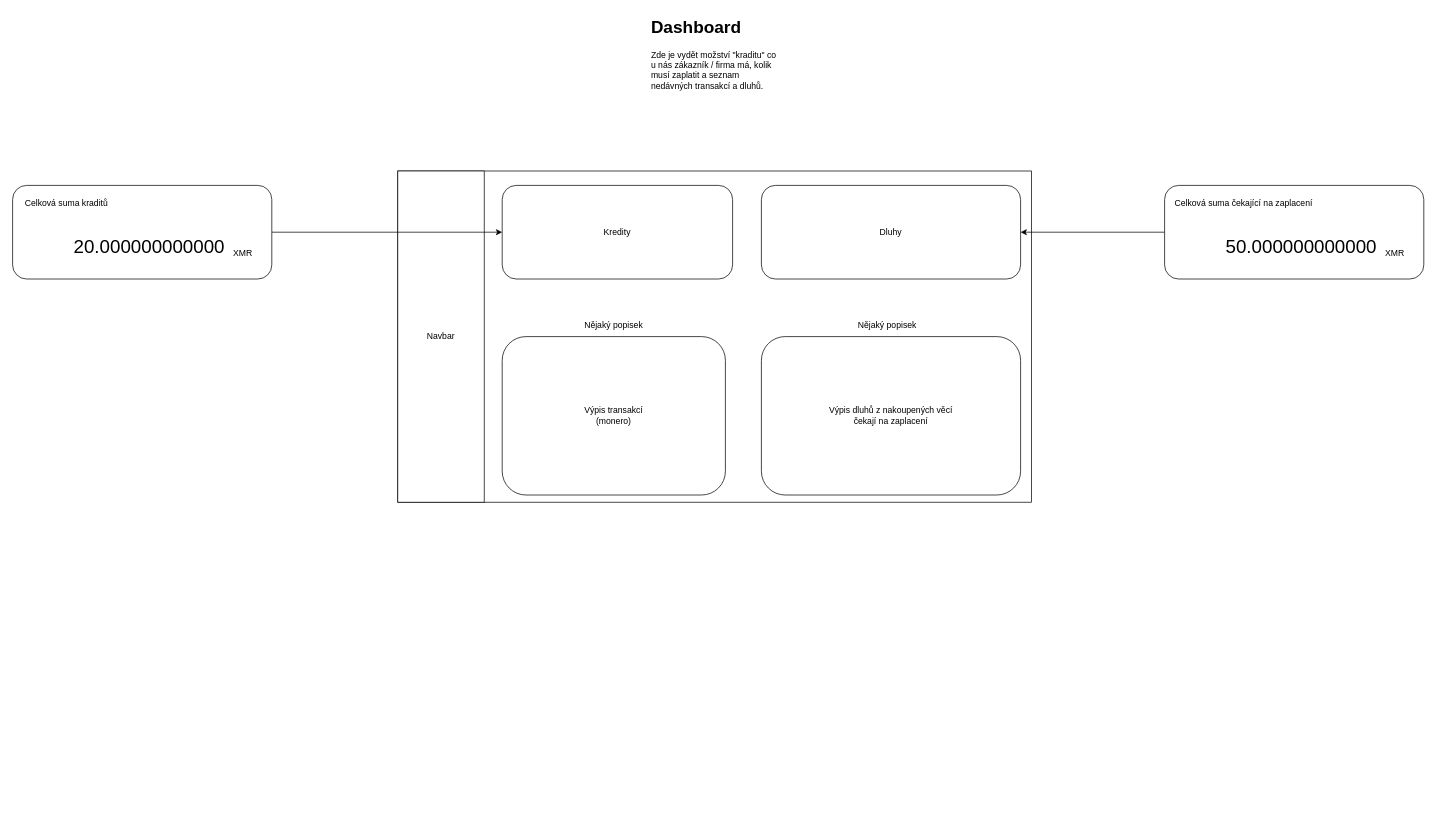
This is UI.drawio from WeeeBuch/CtrlPay, a draw.io file, before an edit. Source tidied: cells renumbered, new cells numbered last; positions are measured from the earlier drawing's top-left corner, leaving out a move shared by most shapes. Both pictures are drawn from the tidied source at 72%, with x=0, y=0 at pixel (12, 12).
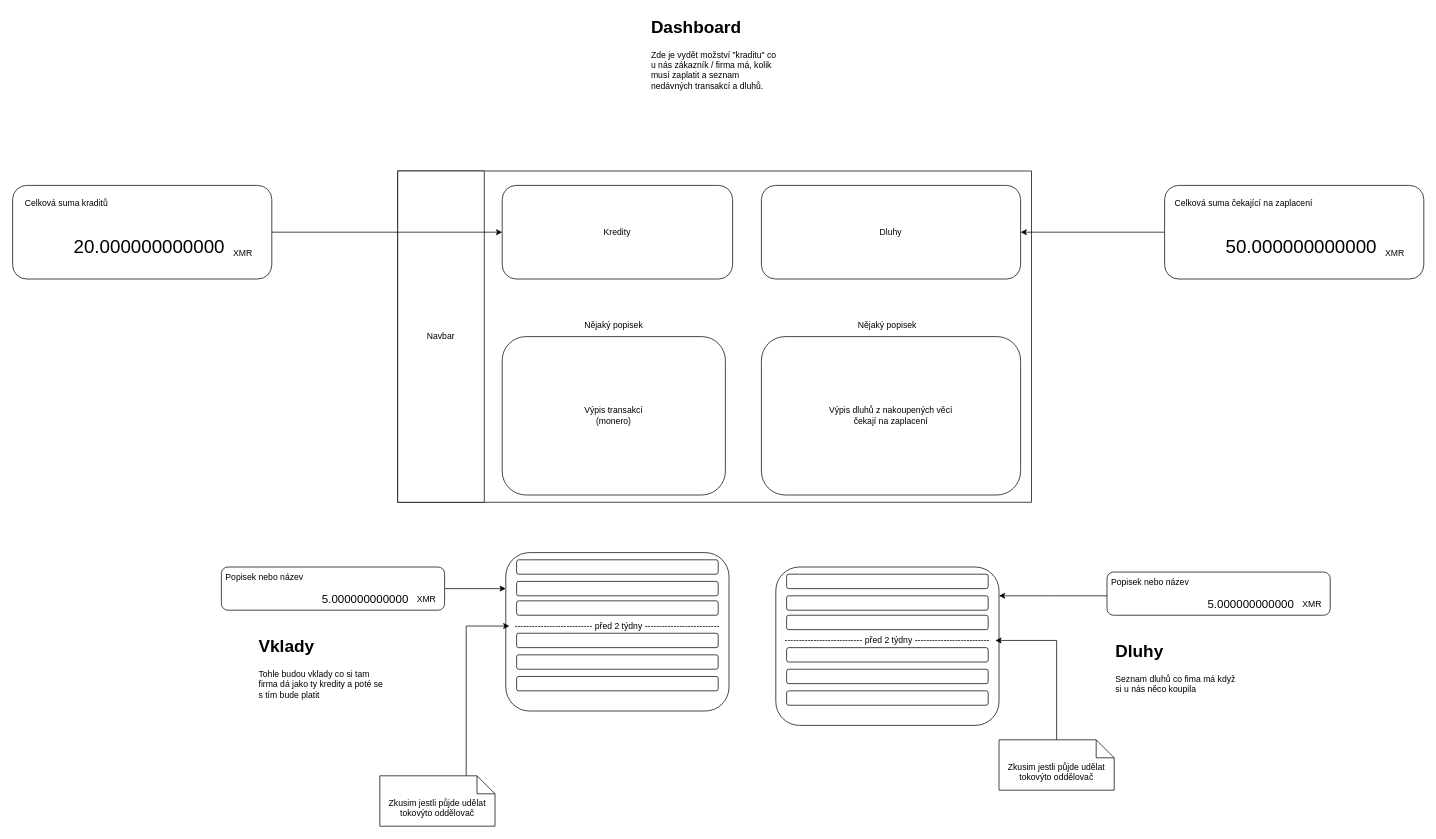
Above is the later version.

Commit message (it also covers changes not shown here):
Snad finální dashboard

Potřeba zkontrolovat zdali je to v pohodě

What changed in the source:
```diff
@@
+    <mxCell id="21" style="rounded=1;whiteSpace=wrap;html=1;" parent="1" vertex="1">
+      <mxGeometry x="685" y="750" width="310" height="220" as="geometry" />
+    </mxCell>
+    <mxCell id="22" style="edgeStyle=orthogonalEdgeStyle;rounded=0;jettySize=auto;html=1;" parent="1" edge="1" source="23" target="21">
+      <mxGeometry relative="1" as="geometry">
+        <Array as="points">
+          <mxPoint x="670" y="800" />
+          <mxPoint x="670" y="800" />
+        </Array>
+      </mxGeometry>
+    </mxCell>
+    <mxCell id="23" style="rounded=1;whiteSpace=wrap;html=1;" parent="1" vertex="1">
+      <mxGeometry x="290" y="770" width="310" height="60" as="geometry" />
+    </mxCell>
+    <mxCell id="24" value="Popisek nebo název" style="text;html=1;whiteSpace=wrap;strokeColor=none;fillColor=none;align=center;verticalAlign=middle;rounded=0;" parent="1" vertex="1">
+      <mxGeometry x="290" y="770" width="120" height="30" as="geometry" />
+    </mxCell>
+    <mxCell id="25" value="&lt;font style=&quot;font-size: 16px;&quot;&gt;5.000000000000&lt;/font&gt;" style="text;html=1;whiteSpace=wrap;strokeColor=none;fillColor=none;align=center;verticalAlign=middle;rounded=0;" parent="1" vertex="1">
+      <mxGeometry x="440" y="800" width="100" height="30" as="geometry" />
+    </mxCell>
+    <mxCell id="26" value="XMR" style="text;html=1;whiteSpace=wrap;strokeColor=none;fillColor=none;align=center;verticalAlign=middle;rounded=0;" parent="1" vertex="1">
+      <mxGeometry x="550" y="800" width="50" height="30" as="geometry" />
+    </mxCell>
+    <mxCell id="27" value="&lt;h1 style=&quot;margin-top: 0px;&quot;&gt;Vklady&lt;/h1&gt;&lt;div&gt;Tohle budou vklady co si tam firma dá jako ty kredity a poté se s tím bude platit&lt;/div&gt;" style="text;html=1;whiteSpace=wrap;overflow=hidden;rounded=0;" parent="1" vertex="1">
+      <mxGeometry x="340" y="860" width="180" height="120" as="geometry" />
+    </mxCell>
+    <mxCell id="28" style="rounded=1;whiteSpace=wrap;html=1;" parent="1" vertex="1">
+      <mxGeometry x="700" y="760" width="280" height="20" as="geometry" />
+    </mxCell>
+    <mxCell id="29" style="rounded=1;whiteSpace=wrap;html=1;" parent="1" vertex="1">
+      <mxGeometry x="700" y="790" width="280" height="20" as="geometry" />
+    </mxCell>
+    <mxCell id="30" style="rounded=1;whiteSpace=wrap;html=1;" parent="1" vertex="1">
+      <mxGeometry x="700" y="817" width="280" height="20" as="geometry" />
+    </mxCell>
+    <mxCell id="31" style="rounded=1;whiteSpace=wrap;html=1;" parent="1" vertex="1">
+      <mxGeometry x="700" y="862" width="280" height="20" as="geometry" />
+    </mxCell>
+    <mxCell id="32" style="rounded=1;whiteSpace=wrap;html=1;" parent="1" vertex="1">
+      <mxGeometry x="700" y="892" width="280" height="20" as="geometry" />
+    </mxCell>
+    <mxCell id="33" style="rounded=1;whiteSpace=wrap;html=1;" parent="1" vertex="1">
+      <mxGeometry x="700" y="922" width="280" height="20" as="geometry" />
+    </mxCell>
+    <mxCell id="34" value="--------------------------- před 2 týdny --------------------------" style="text;html=1;whiteSpace=wrap;strokeColor=none;fillColor=none;align=center;verticalAlign=middle;rounded=0;" parent="1" vertex="1">
+      <mxGeometry x="690" y="837" width="300" height="30" as="geometry" />
+    </mxCell>
+    <mxCell id="35" style="edgeStyle=orthogonalEdgeStyle;rounded=0;jettySize=auto;html=1;" parent="1" edge="1" source="36" target="34">
+      <mxGeometry relative="1" as="geometry">
+        <Array as="points">
+          <mxPoint x="630" y="852" />
+        </Array>
+      </mxGeometry>
+    </mxCell>
+    <mxCell id="36" value="Zkusim jestli půjde udělat tokovýto oddělovač" style="shape=note2;boundedLbl=1;whiteSpace=wrap;html=1;size=25;verticalAlign=top;align=center;" parent="1" vertex="1">
+      <mxGeometry x="510" y="1060" width="160" height="70" as="geometry" />
+    </mxCell>
+    <mxCell id="37" style="rounded=1;whiteSpace=wrap;html=1;" parent="1" vertex="1">
+      <mxGeometry x="1060" y="770" width="310" height="220" as="geometry" />
+    </mxCell>
+    <mxCell id="38" style="edgeStyle=orthogonalEdgeStyle;rounded=0;jettySize=auto;html=1;" parent="1" edge="1" source="39" target="37">
+      <mxGeometry relative="1" as="geometry">
+        <Array as="points">
+          <mxPoint x="1440" y="810" />
+          <mxPoint x="1440" y="810" />
+        </Array>
+      </mxGeometry>
+    </mxCell>
+    <mxCell id="39" style="rounded=1;whiteSpace=wrap;html=1;" parent="1" vertex="1">
+      <mxGeometry x="1520" y="777" width="310" height="60" as="geometry" />
+    </mxCell>
+    <mxCell id="40" value="Popisek nebo název" style="text;html=1;whiteSpace=wrap;strokeColor=none;fillColor=none;align=center;verticalAlign=middle;rounded=0;" parent="1" vertex="1">
+      <mxGeometry x="1520" y="777" width="120" height="30" as="geometry" />
+    </mxCell>
+    <mxCell id="41" value="&lt;font style=&quot;font-size: 16px;&quot;&gt;5.000000000000&lt;/font&gt;" style="text;html=1;whiteSpace=wrap;strokeColor=none;fillColor=none;align=center;verticalAlign=middle;rounded=0;" parent="1" vertex="1">
+      <mxGeometry x="1670" y="807" width="100" height="30" as="geometry" />
+    </mxCell>
+    <mxCell id="42" value="XMR" style="text;html=1;whiteSpace=wrap;strokeColor=none;fillColor=none;align=center;verticalAlign=middle;rounded=0;" parent="1" vertex="1">
+      <mxGeometry x="1780" y="807" width="50" height="30" as="geometry" />
+    </mxCell>
+    <mxCell id="43" value="&lt;h1 style=&quot;margin-top: 0px;&quot;&gt;Dluhy&lt;/h1&gt;&lt;div&gt;Seznam dluhů co fima má když si u nás něco koupila&lt;/div&gt;" style="text;html=1;whiteSpace=wrap;overflow=hidden;rounded=0;" parent="1" vertex="1">
+      <mxGeometry x="1530" y="867" width="180" height="120" as="geometry" />
+    </mxCell>
+    <mxCell id="44" style="rounded=1;whiteSpace=wrap;html=1;" parent="1" vertex="1">
+      <mxGeometry x="1075" y="780" width="280" height="20" as="geometry" />
+    </mxCell>
+    <mxCell id="45" style="rounded=1;whiteSpace=wrap;html=1;" parent="1" vertex="1">
+      <mxGeometry x="1075" y="810" width="280" height="20" as="geometry" />
+    </mxCell>
+    <mxCell id="46" style="rounded=1;whiteSpace=wrap;html=1;" parent="1" vertex="1">
+      <mxGeometry x="1075" y="837" width="280" height="20" as="geometry" />
+    </mxCell>
+    <mxCell id="47" style="rounded=1;whiteSpace=wrap;html=1;" parent="1" vertex="1">
+      <mxGeometry x="1075" y="882" width="280" height="20" as="geometry" />
+    </mxCell>
+    <mxCell id="48" style="rounded=1;whiteSpace=wrap;html=1;" parent="1" vertex="1">
+      <mxGeometry x="1075" y="912" width="280" height="20" as="geometry" />
+    </mxCell>
+    <mxCell id="49" style="rounded=1;whiteSpace=wrap;html=1;" parent="1" vertex="1">
+      <mxGeometry x="1075" y="942" width="280" height="20" as="geometry" />
+    </mxCell>
+    <mxCell id="50" value="--------------------------- před 2 týdny --------------------------" style="text;html=1;whiteSpace=wrap;strokeColor=none;fillColor=none;align=center;verticalAlign=middle;rounded=0;" parent="1" vertex="1">
+      <mxGeometry x="1065" y="857" width="300" height="30" as="geometry" />
+    </mxCell>
+    <mxCell id="51" style="edgeStyle=orthogonalEdgeStyle;rounded=0;jettySize=auto;html=1;" parent="1" edge="1" source="52" target="50">
+      <mxGeometry relative="1" as="geometry">
+        <Array as="points">
+          <mxPoint x="1450" y="872" />
+        </Array>
+      </mxGeometry>
+    </mxCell>
+    <mxCell id="52" value="Zkusim jestli půjde udělat tokovýto oddělovač" style="shape=note2;boundedLbl=1;whiteSpace=wrap;html=1;size=25;verticalAlign=top;align=center;" parent="1" vertex="1">
+      <mxGeometry x="1370" y="1010" width="160" height="70" as="geometry" />
+    </mxCell>
```
